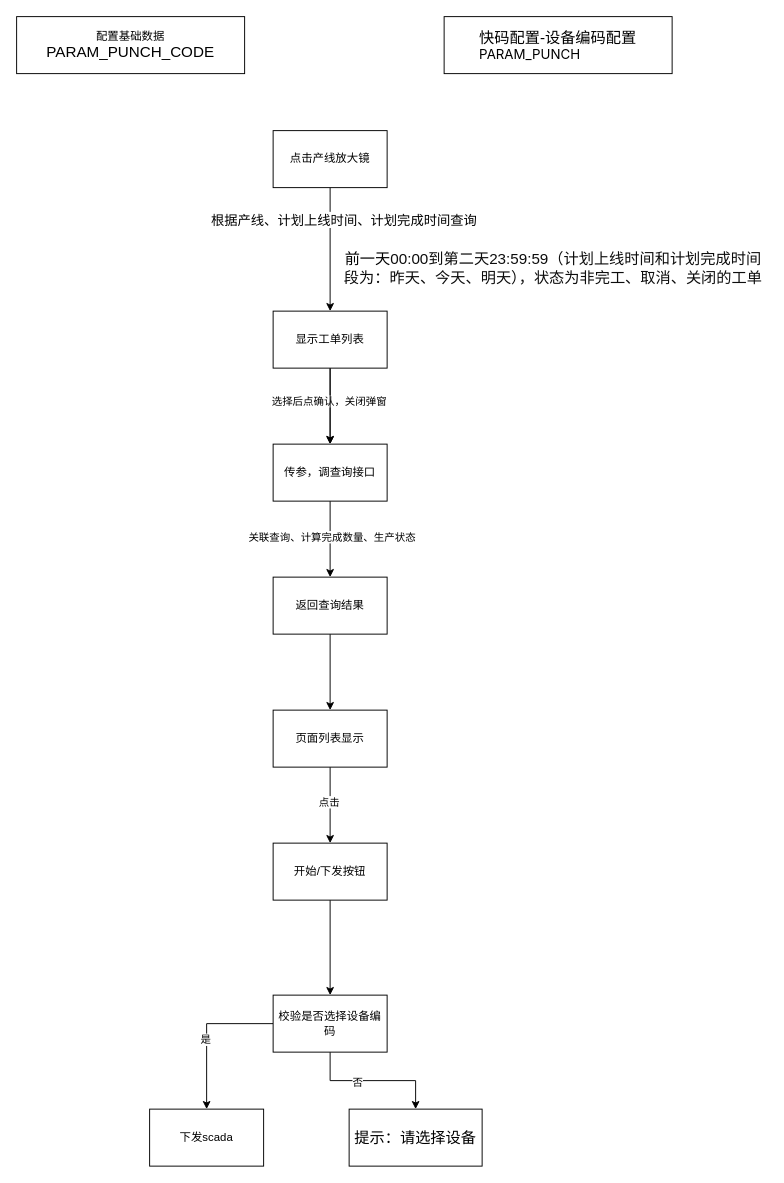
The draw.io diagram 20240321.drawio in ChengyangLei/diagrams, before the edit. Source tidied: cells renumbered, new cells numbered last; positions are measured from the earlier drawing's top-left corner, leaving out a move shared by most shapes. Both pictures are drawn from the tidied source at 95%, with x=0, y=0 at pixel (16, 16).
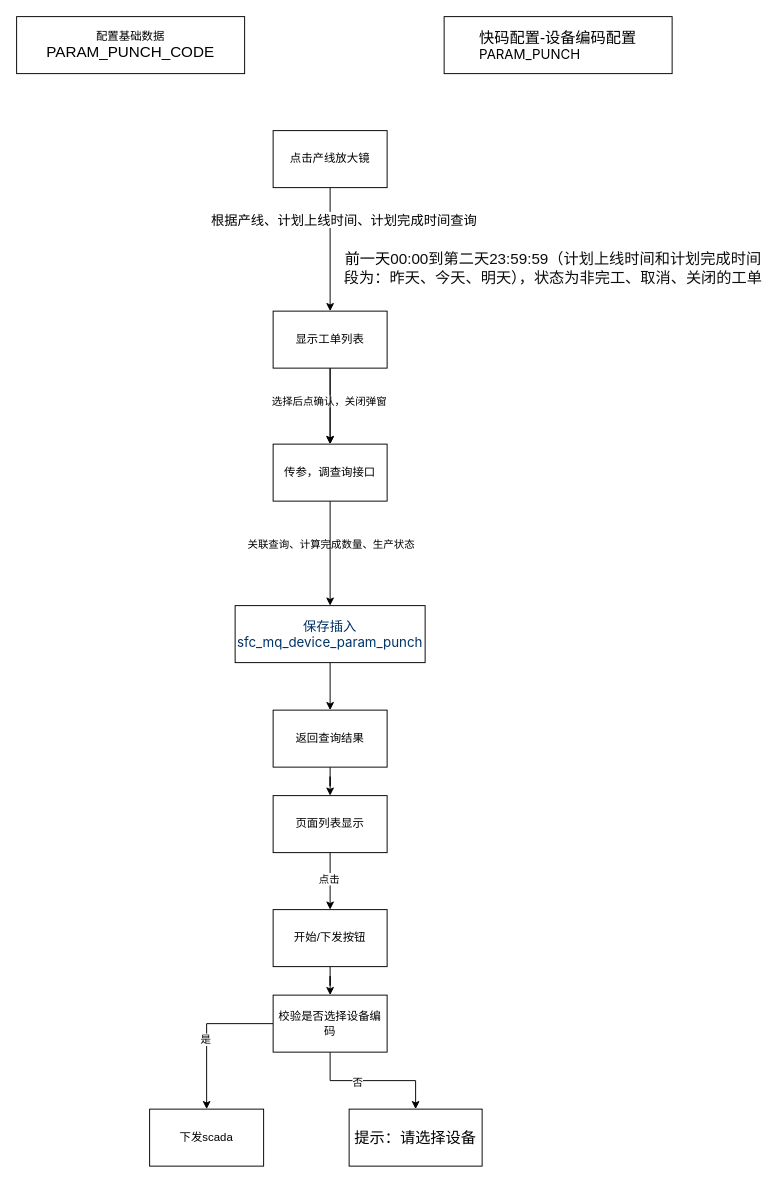
After the change.

Unchanged cells that the change refers to:
```xml
<mxCell id="13" value="传参，调查询接口" style="whiteSpace=wrap;html=1;rounded=0;" parent="1" vertex="1">
  <mxGeometry x="270" y="450" width="120" height="60" as="geometry" />
</mxCell>
```

Change to the diagram source:
```diff
@@
-    <mxCell id="11" style="edgeStyle=orthogonalEdgeStyle;rounded=0;jettySize=auto;html=1;" parent="1" edge="1" source="13" target="15">
+    <mxCell id="11" style="edgeStyle=orthogonalEdgeStyle;rounded=0;jettySize=auto;html=1;exitX=0.5;exitY=1;exitDx=0;exitDy=0;" parent="1" edge="1" source="30" target="15">
       <mxGeometry relative="1" as="geometry" />
     </mxCell>
     <mxCell id="12" value="关联查询、计算完成数量、生产状态" style="edgeLabel;html=1;align=center;verticalAlign=middle;" parent="11" vertex="1">
-      <mxGeometry x="-0.07" y="1" relative="1" as="geometry" />
+      <mxGeometry x="-0.07" y="1" relative="1" as="geometry">
+        <mxPoint x="-1" y="-148" as="offset" />
+      </mxGeometry>
     </mxCell>
+    <mxCell id="29" style="edgeStyle=orthogonalEdgeStyle;rounded=0;jettySize=auto;html=1;" parent="1" edge="1" source="13" target="30">
+      <mxGeometry relative="1" as="geometry" />
+    </mxCell>
@@
     <mxCell id="15" value="返回查询结果" style="whiteSpace=wrap;html=1;rounded=0;" parent="1" vertex="1">
-      <mxGeometry x="270" y="590" width="120" height="60" as="geometry" />
+      <mxGeometry x="270" y="730" width="120" height="60" as="geometry" />
     </mxCell>
@@
     <mxCell id="18" value="页面列表显示" style="whiteSpace=wrap;html=1;rounded=0;" parent="1" vertex="1">
-      <mxGeometry x="270" y="730" width="120" height="60" as="geometry" />
+      <mxGeometry x="270" y="820" width="120" height="60" as="geometry" />
     </mxCell>
@@
     <mxCell id="20" value="开始/下发按钮" style="whiteSpace=wrap;html=1;rounded=0;" parent="1" vertex="1">
-      <mxGeometry x="270" y="870" width="120" height="60" as="geometry" />
+      <mxGeometry x="270" y="940" width="120" height="60" as="geometry" />
     </mxCell>
@@
+    <mxCell id="30" value="&lt;span style=&quot;color: rgb(0, 51, 102); font-family: -apple-system, BlinkMacSystemFont, &amp;quot;Segoe UI&amp;quot;, Roboto, Oxygen, Ubuntu, &amp;quot;Fira Sans&amp;quot;, &amp;quot;Droid Sans&amp;quot;, &amp;quot;Helvetica Neue&amp;quot;, sans-serif; font-size: 14px; text-align: left; background-color: rgb(255, 255, 255);&quot;&gt;保存插入sfc_mq_device_param_punch&lt;/span&gt;" style="whiteSpace=wrap;html=1;rounded=0;" parent="1" vertex="1">
+      <mxGeometry x="230" y="620" width="200" height="60" as="geometry" />
+    </mxCell>
```
